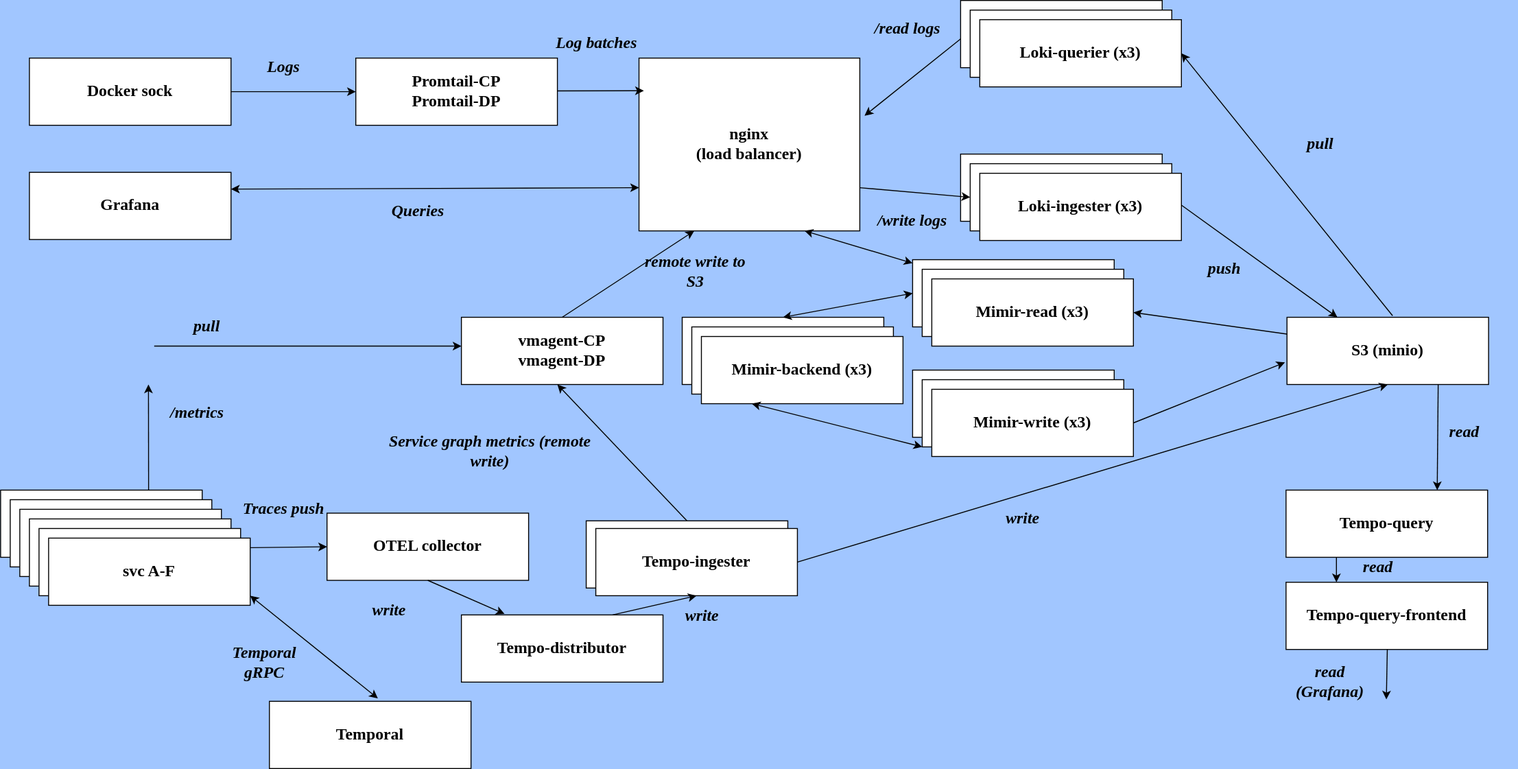
The draw.io diagram img/schema.svg in northpowered/temporal-otlp, before a commit. Source tidied: cells renumbered, new cells last; positions are measured from the earlier drawing's top-left corner, leaving out a move shared by most shapes.
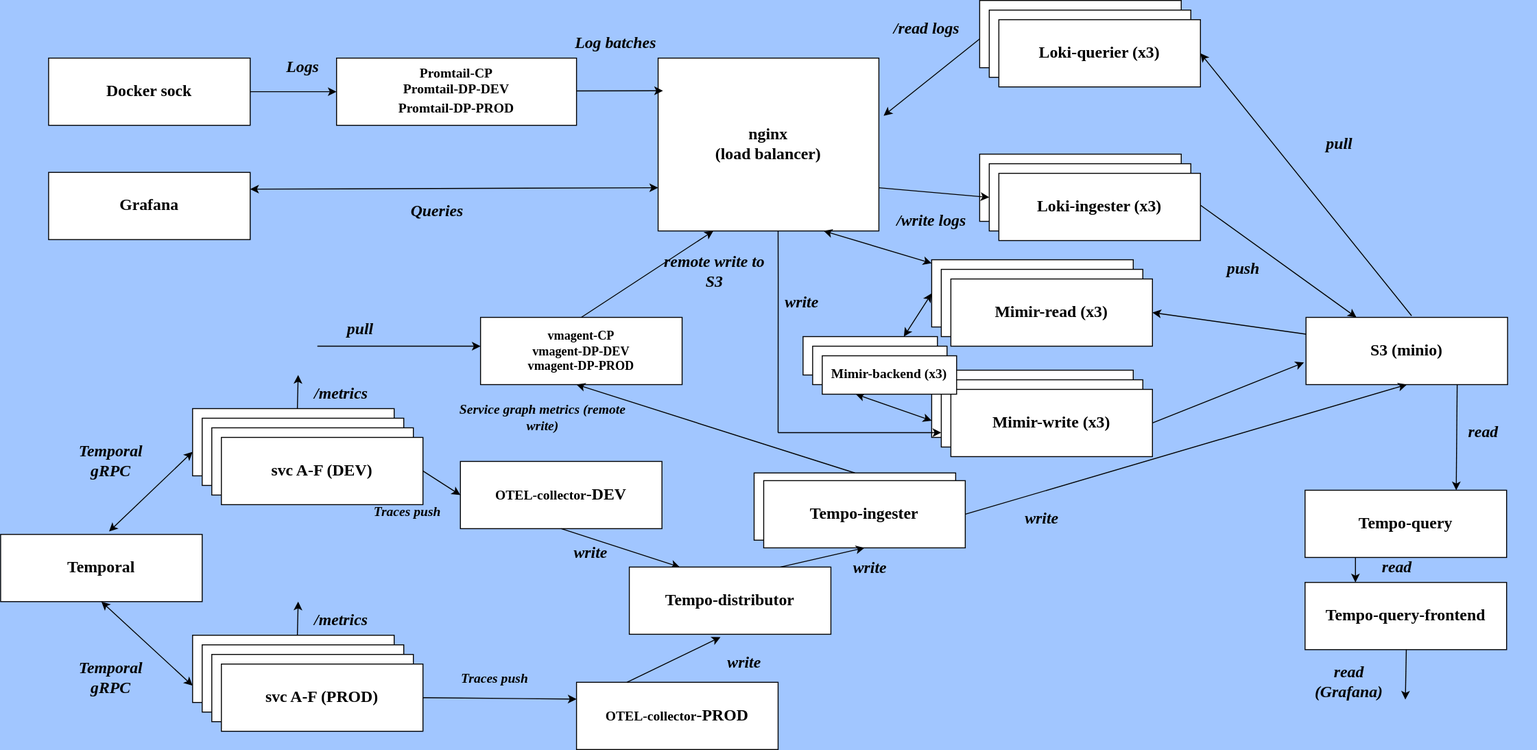
After the commit.

What changed in the source:
```diff
@@ -13,15 +13,12 @@
     </mxCell>
-    <mxCell id="5" style="rounded=0;whiteSpace=wrap;html=1;fontFamily=Garamond;fontStyle=1;fontSize=17;" parent="1" vertex="1">
-      <mxGeometry y="510" width="210" height="70" as="geometry" />
-    </mxCell>
-    <mxCell id="6" value="&lt;div&gt;Promtail-CP&lt;/div&gt;&lt;div&gt;Promtail-DP&lt;br&gt;&lt;/div&gt;" style="rounded=0;whiteSpace=wrap;html=1;fontFamily=Garamond;fontStyle=1;fontSize=17;" parent="1" vertex="1">
-      <mxGeometry x="370" y="60" width="210" height="70" as="geometry" />
+    <mxCell id="6" value="&lt;div style=&quot;font-size: 14px;&quot;&gt;&lt;font style=&quot;font-size: 14px;&quot;&gt;Promtail-CP&lt;/font&gt;&lt;/div&gt;&lt;div style=&quot;font-size: 14px;&quot;&gt;&lt;font style=&quot;font-size: 14px;&quot;&gt;Promtail-DP-DEV&lt;/font&gt;&lt;/div&gt;&lt;div&gt;&lt;font style=&quot;font-size: 14px;&quot;&gt;Promtail-DP-PROD&lt;br&gt;&lt;/font&gt;&lt;/div&gt;" style="rounded=0;whiteSpace=wrap;html=1;fontFamily=Garamond;fontStyle=1;fontSize=17;" parent="1" vertex="1">
+      <mxGeometry x="330" y="60" width="250" height="70" as="geometry" />
     </mxCell>
     <mxCell id="7" value="Temporal" style="rounded=0;whiteSpace=wrap;html=1;fontFamily=Garamond;fontStyle=1;fontSize=17;" parent="1" vertex="1">
-      <mxGeometry x="280" y="730" width="210" height="70" as="geometry" />
+      <mxGeometry x="-20" y="556" width="210" height="70" as="geometry" />
     </mxCell>
-    <mxCell id="8" value="OTEL collector" style="rounded=0;whiteSpace=wrap;html=1;fontFamily=Garamond;fontStyle=1;fontSize=17;" parent="1" vertex="1">
-      <mxGeometry x="340" y="534" width="210" height="70" as="geometry" />
+    <mxCell id="8" value="&lt;font style=&quot;font-size: 14px;&quot;&gt;OTEL-collector&lt;/font&gt;-DEV" style="rounded=0;whiteSpace=wrap;html=1;fontFamily=Garamond;fontStyle=1;fontSize=17;" parent="1" vertex="1">
+      <mxGeometry x="459" y="480" width="210" height="70" as="geometry" />
     </mxCell>
-    <mxCell id="9" value="&lt;div&gt;vmagent-CP&lt;/div&gt;&lt;div&gt;vmagent-DP&lt;br&gt;&lt;/div&gt;" style="rounded=0;whiteSpace=wrap;html=1;fontFamily=Garamond;fontStyle=1;fontSize=17;" parent="1" vertex="1">
+    <mxCell id="9" value="&lt;div style=&quot;font-size: 13px;&quot;&gt;&lt;font style=&quot;font-size: 13px;&quot;&gt;vmagent-CP&lt;/font&gt;&lt;/div&gt;&lt;div style=&quot;font-size: 13px;&quot;&gt;&lt;font style=&quot;font-size: 13px;&quot;&gt;vmagent-DP-DEV&lt;/font&gt;&lt;/div&gt;&lt;div style=&quot;font-size: 13px;&quot;&gt;&lt;font style=&quot;font-size: 13px;&quot;&gt;vmagent-DP-PROD&lt;font style=&quot;font-size: 13px;&quot;&gt;&lt;br&gt;&lt;/font&gt;&lt;/font&gt;&lt;/div&gt;" style="rounded=0;whiteSpace=wrap;html=1;fontFamily=Garamond;fontStyle=1;fontSize=17;" parent="1" vertex="1">
       <mxGeometry x="480" y="330" width="210" height="70" as="geometry" />
@@ -31,16 +28,13 @@
     </mxCell>
-    <mxCell id="11" style="rounded=0;whiteSpace=wrap;html=1;fontFamily=Garamond;fontStyle=1;fontSize=17;" parent="1" vertex="1">
-      <mxGeometry x="10" y="520" width="210" height="70" as="geometry" />
-    </mxCell>
     <mxCell id="12" style="rounded=0;whiteSpace=wrap;html=1;fontFamily=Garamond;fontStyle=1;fontSize=17;" parent="1" vertex="1">
-      <mxGeometry x="20" y="530" width="210" height="70" as="geometry" />
+      <mxGeometry x="180" y="425" width="210" height="70" as="geometry" />
     </mxCell>
     <mxCell id="13" style="rounded=0;whiteSpace=wrap;html=1;fontFamily=Garamond;fontStyle=1;fontSize=17;" parent="1" vertex="1">
-      <mxGeometry x="30" y="540" width="210" height="70" as="geometry" />
+      <mxGeometry x="190" y="435" width="210" height="70" as="geometry" />
     </mxCell>
     <mxCell id="14" style="rounded=0;whiteSpace=wrap;html=1;fontFamily=Garamond;fontStyle=1;fontSize=17;" parent="1" vertex="1">
-      <mxGeometry x="40" y="550" width="210" height="70" as="geometry" />
+      <mxGeometry x="200" y="445" width="210" height="70" as="geometry" />
     </mxCell>
-    <mxCell id="15" value="svc A-F" style="rounded=0;whiteSpace=wrap;html=1;fontFamily=Garamond;fontStyle=1;fontSize=17;" parent="1" vertex="1">
-      <mxGeometry x="50" y="560" width="210" height="70" as="geometry" />
+    <mxCell id="15" value="svc A-F (DEV)" style="rounded=0;whiteSpace=wrap;html=1;fontFamily=Garamond;fontStyle=1;fontSize=17;" parent="1" vertex="1">
+      <mxGeometry x="210" y="455" width="210" height="70" as="geometry" />
     </mxCell>
@@ -85,11 +79,7 @@
     </mxCell>
-    <mxCell id="28" style="endArrow=classic;html=1;rounded=0;exitX=1;exitY=0.25;exitDx=0;exitDy=0;startArrow=classic;startFill=1;fontFamily=Garamond;fontStyle=1;fontSize=17;entryX=0.538;entryY=-0.043;entryDx=0;entryDy=0;entryPerimeter=0;" parent="1" edge="1" target="7">
-      <mxGeometry relative="1" as="geometry">
-        <mxPoint x="260" y="620" as="sourcePoint" />
-      </mxGeometry>
+    <mxCell id="28" style="endArrow=classic;html=1;rounded=0;exitX=0;exitY=0.643;exitDx=0;exitDy=0;startArrow=classic;startFill=1;fontFamily=Garamond;fontStyle=1;fontSize=17;entryX=0.538;entryY=-0.043;entryDx=0;entryDy=0;entryPerimeter=0;exitPerimeter=0;" parent="1" edge="1" source="12" target="7">
+      <mxGeometry relative="1" as="geometry" />
     </mxCell>
-    <mxCell id="29" style="endArrow=classic;html=1;rounded=0;exitX=1;exitY=0.25;exitDx=0;exitDy=0;entryX=0;entryY=0.5;entryDx=0;entryDy=0;fontFamily=Garamond;fontStyle=1;fontSize=17;" parent="1" edge="1" target="8">
-      <mxGeometry relative="1" as="geometry">
-        <mxPoint x="260" y="570" as="sourcePoint" />
-      </mxGeometry>
+    <mxCell id="29" style="endArrow=classic;html=1;rounded=0;exitX=1;exitY=0.5;exitDx=0;exitDy=0;entryX=0;entryY=0.5;entryDx=0;entryDy=0;fontFamily=Garamond;fontStyle=1;fontSize=17;" parent="1" edge="1" source="15" target="8">
+      <mxGeometry relative="1" as="geometry" />
     </mxCell>
@@ -97,4 +87,4 @@
       <mxGeometry relative="1" as="geometry">
-        <mxPoint x="154.2" y="510" as="sourcePoint" />
-        <mxPoint x="154" y="400" as="targetPoint" />
+        <mxPoint x="289.2" y="425" as="sourcePoint" />
+        <mxPoint x="290" y="390" as="targetPoint" />
       </mxGeometry>
@@ -104,3 +94,3 @@
         <mxPoint x="480" y="360" as="sourcePoint" />
-        <mxPoint x="160" y="360" as="targetPoint" />
+        <mxPoint x="310" y="360" as="targetPoint" />
       </mxGeometry>
@@ -141,15 +131,15 @@
     <mxCell id="40" value="/metrics" style="text;strokeColor=none;align=center;fillColor=none;html=1;verticalAlign=middle;whiteSpace=wrap;rounded=0;fontSize=17;fontFamily=Garamond;fontStyle=3;" parent="1" vertex="1">
-      <mxGeometry x="150" y="400" width="110" height="60" as="geometry" />
+      <mxGeometry x="280" y="380" width="110" height="60" as="geometry" />
     </mxCell>
     <mxCell id="41" value="pull" style="text;strokeColor=none;align=center;fillColor=none;html=1;verticalAlign=middle;whiteSpace=wrap;rounded=0;fontSize=17;fontFamily=Garamond;fontStyle=3;" parent="1" vertex="1">
-      <mxGeometry x="160" y="310" width="110" height="60" as="geometry" />
+      <mxGeometry x="300" y="313" width="110" height="60" as="geometry" />
     </mxCell>
-    <mxCell id="42" value="Traces push" style="text;strokeColor=none;align=center;fillColor=none;html=1;verticalAlign=middle;whiteSpace=wrap;rounded=0;fontSize=17;fontFamily=Garamond;fontStyle=3;" parent="1" vertex="1">
-      <mxGeometry x="240" y="500" width="110" height="60" as="geometry" />
+    <mxCell id="42" value="&lt;font style=&quot;font-size: 14px;&quot;&gt;Traces push&lt;/font&gt;" style="text;strokeColor=none;align=center;fillColor=none;html=1;verticalAlign=middle;whiteSpace=wrap;rounded=0;fontSize=17;fontFamily=Garamond;fontStyle=3;" parent="1" vertex="1">
+      <mxGeometry x="349" y="502" width="110" height="60" as="geometry" />
     </mxCell>
-    <mxCell id="43" value="Service graph metrics (remote write)" style="text;strokeColor=none;align=center;fillColor=none;html=1;verticalAlign=middle;whiteSpace=wrap;rounded=0;fontSize=17;fontFamily=Garamond;fontStyle=3;" parent="1" vertex="1">
-      <mxGeometry x="390" y="440" width="240" height="60" as="geometry" />
+    <mxCell id="43" value="Service graph metrics (remote write)" style="text;strokeColor=none;align=center;fillColor=none;html=1;verticalAlign=middle;whiteSpace=wrap;rounded=0;fontSize=14;fontFamily=Garamond;fontStyle=3;" parent="1" vertex="1">
+      <mxGeometry x="455" y="405" width="180" height="60" as="geometry" />
     </mxCell>
     <mxCell id="44" value="Temporal gRPC" style="text;strokeColor=none;align=center;fillColor=none;html=1;verticalAlign=middle;whiteSpace=wrap;rounded=0;fontSize=17;fontFamily=Garamond;fontStyle=3;" parent="1" vertex="1">
-      <mxGeometry x="220" y="660" width="110" height="60" as="geometry" />
+      <mxGeometry x="40" y="450" width="110" height="60" as="geometry" />
     </mxCell>
@@ -179,3 +169,3 @@
     </mxCell>
-    <mxCell id="53" style="endArrow=classic;html=1;rounded=0;startArrow=none;startFill=0;fontFamily=Garamond;fontStyle=1;fontSize=17;entryX=0.214;entryY=-0.014;entryDx=0;entryDy=0;entryPerimeter=0;exitX=0.5;exitY=1;exitDx=0;exitDy=0;" parent="1" edge="1" source="8" target="61">
+    <mxCell id="53" style="endArrow=classic;html=1;rounded=0;startArrow=none;startFill=0;fontFamily=Garamond;fontStyle=1;fontSize=17;exitX=0.5;exitY=1;exitDx=0;exitDy=0;entryX=0.25;entryY=0;entryDx=0;entryDy=0;" parent="1" edge="1" source="8" target="61">
       <mxGeometry relative="1" as="geometry" />
@@ -185,10 +175,4 @@
     </mxCell>
-    <mxCell id="55" style="rounded=0;whiteSpace=wrap;html=1;fontFamily=Garamond;fontStyle=1;fontSize=17;" parent="1" vertex="1">
-      <mxGeometry x="710" y="330" width="210" height="70" as="geometry" />
-    </mxCell>
-    <mxCell id="56" style="rounded=0;whiteSpace=wrap;html=1;fontFamily=Garamond;fontStyle=1;fontSize=17;" parent="1" vertex="1">
-      <mxGeometry x="720" y="340" width="210" height="70" as="geometry" />
-    </mxCell>
-    <mxCell id="57" value="Mimir-backend (x3)" style="rounded=0;whiteSpace=wrap;html=1;fontFamily=Garamond;fontStyle=1;fontSize=17;" parent="1" vertex="1">
-      <mxGeometry x="730" y="350" width="210" height="70" as="geometry" />
+    <mxCell id="57" style="rounded=0;whiteSpace=wrap;html=1;fontFamily=Garamond;fontStyle=1;fontSize=14;" parent="1" vertex="1">
+      <mxGeometry x="816" y="350" width="140" height="40" as="geometry" />
     </mxCell>
@@ -204,9 +188,9 @@
     <mxCell id="61" value="Tempo-distributor" style="rounded=0;whiteSpace=wrap;html=1;fontFamily=Garamond;fontStyle=1;fontSize=17;" parent="1" vertex="1">
-      <mxGeometry x="480" y="640" width="210" height="70" as="geometry" />
+      <mxGeometry x="635" y="590" width="210" height="70" as="geometry" />
     </mxCell>
     <mxCell id="62" value="Tempo" style="rounded=0;whiteSpace=wrap;html=1;fontFamily=Garamond;fontStyle=1;fontSize=17;" parent="1" vertex="1">
-      <mxGeometry x="610" y="542" width="210" height="70" as="geometry" />
+      <mxGeometry x="765" y="492" width="210" height="70" as="geometry" />
     </mxCell>
     <mxCell id="63" value="Tempo-ingester" style="rounded=0;whiteSpace=wrap;html=1;fontFamily=Garamond;fontStyle=1;fontSize=17;" parent="1" vertex="1">
-      <mxGeometry x="620" y="550" width="210" height="70" as="geometry" />
+      <mxGeometry x="775" y="500" width="210" height="70" as="geometry" />
     </mxCell>
@@ -234,11 +218,11 @@
     <mxCell id="71" value="write" style="text;strokeColor=none;align=center;fillColor=none;html=1;verticalAlign=middle;whiteSpace=wrap;rounded=0;fontSize=17;fontFamily=Garamond;fontStyle=3;" parent="1" vertex="1">
-      <mxGeometry x="350" y="606" width="110" height="60" as="geometry" />
+      <mxGeometry x="540" y="546" width="110" height="60" as="geometry" />
     </mxCell>
     <mxCell id="72" value="write" style="text;strokeColor=none;align=center;fillColor=none;html=1;verticalAlign=middle;whiteSpace=wrap;rounded=0;fontSize=17;fontFamily=Garamond;fontStyle=3;" parent="1" vertex="1">
-      <mxGeometry x="676" y="612" width="110" height="60" as="geometry" />
+      <mxGeometry x="831" y="562" width="110" height="60" as="geometry" />
     </mxCell>
-    <mxCell id="73" style="endArrow=classic;html=1;rounded=0;exitX=0.5;exitY=0;exitDx=0;exitDy=0;startArrow=classic;startFill=1;fontFamily=Garamond;fontStyle=1;fontSize=17;entryX=0;entryY=0.5;entryDx=0;entryDy=0;" parent="1" edge="1" source="55" target="22">
+    <mxCell id="73" style="endArrow=classic;html=1;rounded=0;exitX=0.75;exitY=0;exitDx=0;exitDy=0;startArrow=classic;startFill=1;fontFamily=Garamond;fontStyle=1;fontSize=17;entryX=0;entryY=0.5;entryDx=0;entryDy=0;" parent="1" edge="1" source="57" target="22">
       <mxGeometry relative="1" as="geometry" />
     </mxCell>
-    <mxCell id="74" style="endArrow=classic;html=1;rounded=0;startArrow=classic;startFill=1;fontFamily=Garamond;fontStyle=1;fontSize=17;entryX=0;entryY=1;entryDx=0;entryDy=0;exitX=0.25;exitY=1;exitDx=0;exitDy=0;" parent="1" edge="1" source="57" target="59">
+    <mxCell id="74" style="endArrow=classic;html=1;rounded=0;startArrow=classic;startFill=1;fontFamily=Garamond;fontStyle=1;fontSize=17;exitX=0.25;exitY=1;exitDx=0;exitDy=0;entryX=0;entryY=0.75;entryDx=0;entryDy=0;" parent="1" edge="1" source="91" target="58">
       <mxGeometry relative="1" as="geometry" />
@@ -260,2 +244,68 @@
     </mxCell>
+    <mxCell id="79" style="rounded=0;whiteSpace=wrap;html=1;fontFamily=Garamond;fontStyle=1;fontSize=17;" parent="1" vertex="1">
+      <mxGeometry x="180" y="661" width="210" height="70" as="geometry" />
+    </mxCell>
+    <mxCell id="80" style="rounded=0;whiteSpace=wrap;html=1;fontFamily=Garamond;fontStyle=1;fontSize=17;" parent="1" vertex="1">
+      <mxGeometry x="190" y="671" width="210" height="70" as="geometry" />
+    </mxCell>
+    <mxCell id="81" style="rounded=0;whiteSpace=wrap;html=1;fontFamily=Garamond;fontStyle=1;fontSize=17;" parent="1" vertex="1">
+      <mxGeometry x="200" y="681" width="210" height="70" as="geometry" />
+    </mxCell>
+    <mxCell id="82" value="svc A-F (PROD)" style="rounded=0;whiteSpace=wrap;html=1;fontFamily=Garamond;fontStyle=1;fontSize=17;" parent="1" vertex="1">
+      <mxGeometry x="210" y="691" width="210" height="70" as="geometry" />
+    </mxCell>
+    <mxCell id="83" style="endArrow=classic;html=1;rounded=0;exitX=1;exitY=0.25;exitDx=0;exitDy=0;fontFamily=Garamond;fontStyle=1;fontSize=17;" parent="1" edge="1">
+      <mxGeometry relative="1" as="geometry">
+        <mxPoint x="289.2" y="661" as="sourcePoint" />
+        <mxPoint x="290" y="626" as="targetPoint" />
+      </mxGeometry>
+    </mxCell>
+    <mxCell id="84" value="/metrics" style="text;strokeColor=none;align=center;fillColor=none;html=1;verticalAlign=middle;whiteSpace=wrap;rounded=0;fontSize=17;fontFamily=Garamond;fontStyle=3;" parent="1" vertex="1">
+      <mxGeometry x="280" y="616" width="110" height="60" as="geometry" />
+    </mxCell>
+    <mxCell id="85" value="&lt;font style=&quot;font-size: 14px;&quot;&gt;Traces push&lt;/font&gt;" style="text;strokeColor=none;align=center;fillColor=none;html=1;verticalAlign=middle;whiteSpace=wrap;rounded=0;fontSize=17;fontFamily=Garamond;fontStyle=3;" parent="1" vertex="1">
+      <mxGeometry x="440" y="676" width="110" height="60" as="geometry" />
+    </mxCell>
+    <mxCell id="86" style="endArrow=classic;html=1;rounded=0;fontFamily=Garamond;fontStyle=1;fontSize=17;exitX=1;exitY=0.5;exitDx=0;exitDy=0;entryX=0;entryY=0.25;entryDx=0;entryDy=0;" parent="1" edge="1" source="82" target="87">
+      <mxGeometry relative="1" as="geometry" />
+    </mxCell>
+    <mxCell id="87" value="&lt;font style=&quot;font-size: 14px;&quot;&gt;OTEL-collector&lt;/font&gt;-PROD" style="rounded=0;whiteSpace=wrap;html=1;fontFamily=Garamond;fontStyle=1;fontSize=17;" parent="1" vertex="1">
+      <mxGeometry x="580" y="710" width="210" height="70" as="geometry" />
+    </mxCell>
+    <mxCell id="88" value="write" style="text;strokeColor=none;align=center;fillColor=none;html=1;verticalAlign=middle;whiteSpace=wrap;rounded=0;fontSize=17;fontFamily=Garamond;fontStyle=3;" parent="1" vertex="1">
+      <mxGeometry x="700" y="660" width="110" height="60" as="geometry" />
+    </mxCell>
+    <mxCell id="89" style="endArrow=classic;html=1;rounded=0;startArrow=none;startFill=0;fontFamily=Garamond;fontStyle=1;fontSize=17;exitX=0.25;exitY=0;exitDx=0;exitDy=0;entryX=0.452;entryY=1.043;entryDx=0;entryDy=0;entryPerimeter=0;" parent="1" edge="1" source="87" target="61">
+      <mxGeometry relative="1" as="geometry" />
+    </mxCell>
+    <mxCell id="90" style="rounded=0;whiteSpace=wrap;html=1;fontFamily=Garamond;fontStyle=1;fontSize=14;" parent="1" vertex="1">
+      <mxGeometry x="826" y="360" width="140" height="40" as="geometry" />
+    </mxCell>
+    <mxCell id="91" value="Mimir-backend (x3)" style="rounded=0;whiteSpace=wrap;html=1;fontFamily=Garamond;fontStyle=1;fontSize=14;" parent="1" vertex="1">
+      <mxGeometry x="836" y="370" width="140" height="40" as="geometry" />
+    </mxCell>
+    <mxCell id="92" style="endArrow=none;html=1;rounded=0;strokeWidth=1;entryX=0.63;entryY=0.994;entryDx=0;entryDy=0;entryPerimeter=0;" parent="1" edge="1">
+      <mxGeometry relative="1" as="geometry">
+        <mxPoint x="790" y="450" as="sourcePoint" />
+        <mxPoint x="790" y="240" as="targetPoint" />
+        <Array as="points">
+          <mxPoint x="790.1" y="291.1" />
+        </Array>
+      </mxGeometry>
+    </mxCell>
+    <mxCell id="93" style="endArrow=classic;html=1;rounded=0;fontFamily=Garamond;fontStyle=1;fontSize=17;" parent="1" edge="1">
+      <mxGeometry relative="1" as="geometry">
+        <mxPoint x="790" y="450" as="sourcePoint" />
+        <mxPoint x="960" y="450" as="targetPoint" />
+      </mxGeometry>
+    </mxCell>
+    <mxCell id="94" value="write" style="text;strokeColor=none;align=center;fillColor=none;html=1;verticalAlign=middle;whiteSpace=wrap;rounded=0;fontSize=17;fontFamily=Garamond;fontStyle=3;" parent="1" vertex="1">
+      <mxGeometry x="760" y="285" width="110" height="60" as="geometry" />
+    </mxCell>
+    <mxCell id="95" style="endArrow=classic;html=1;rounded=0;exitX=0;exitY=0.75;exitDx=0;exitDy=0;startArrow=classic;startFill=1;fontFamily=Garamond;fontStyle=1;fontSize=17;entryX=0.5;entryY=1;entryDx=0;entryDy=0;" parent="1" edge="1" source="79" target="7">
+      <mxGeometry relative="1" as="geometry" />
+    </mxCell>
+    <mxCell id="96" value="Temporal gRPC" style="text;strokeColor=none;align=center;fillColor=none;html=1;verticalAlign=middle;whiteSpace=wrap;rounded=0;fontSize=17;fontFamily=Garamond;fontStyle=3;" parent="1" vertex="1">
+      <mxGeometry x="40" y="676" width="110" height="60" as="geometry" />
+    </mxCell>
   </root>
```
